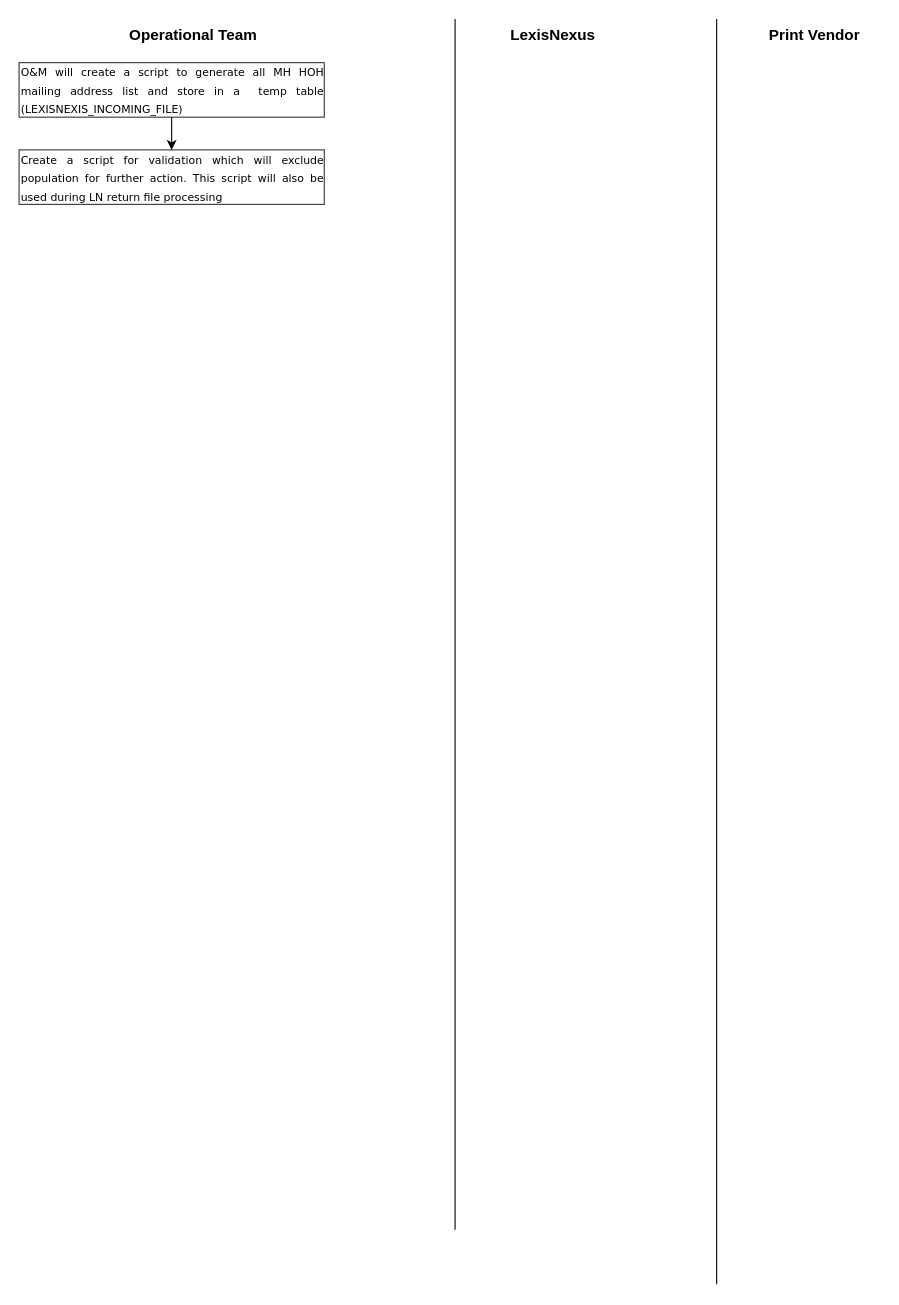
Above: Untitled Diagram.drawio in prahlad2018/microservice (draw.io), before the change. Source tidied: cells renumbered, new cells numbered last; positions are measured from the earlier drawing's top-left corner, leaving out a move shared by most shapes. Both pictures are drawn from the tidied source at 109%, with x=0, y=0 at pixel (19, 19).
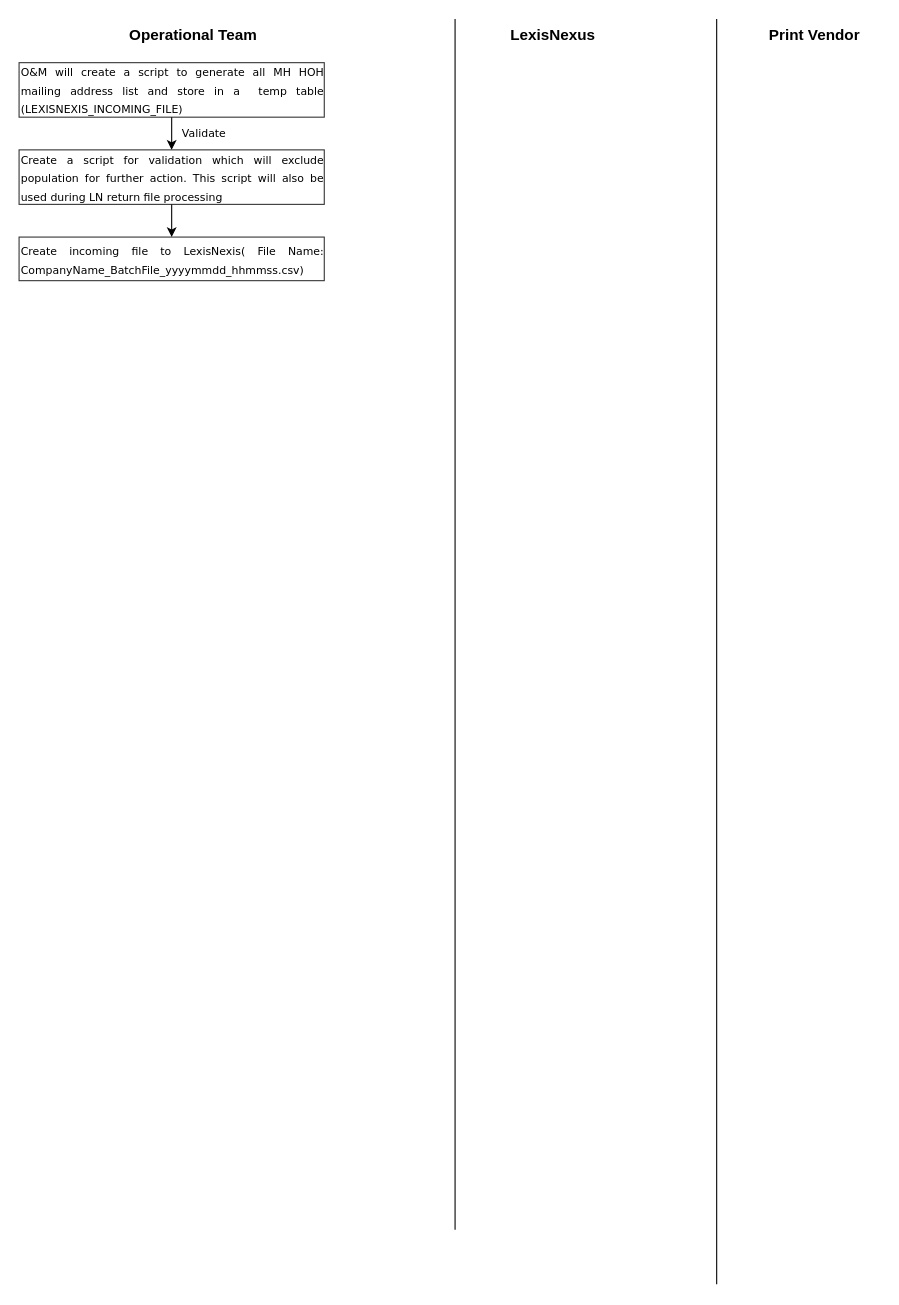
The same diagram, later.

The edit, as a diff of the source:
```diff
@@
 <mxGraphModel>
   <root>
     <mxCell id="0" />
     <mxCell id="1" parent="0" />
     <mxCell id="2" style="endArrow=none;html=1;rounded=0;" parent="1" edge="1">
       <mxGeometry relative="1" as="geometry">
         <mxPoint x="400" y="1110.8" as="sourcePoint" />
         <mxPoint x="400" as="targetPoint" />
       </mxGeometry>
     </mxCell>
     <mxCell id="3" style="endArrow=none;html=1;rounded=0;" parent="1" edge="1">
       <mxGeometry relative="1" as="geometry">
         <mxPoint x="640" y="1160.8" as="sourcePoint" />
         <mxPoint x="640" as="targetPoint" />
       </mxGeometry>
     </mxCell>
     <mxCell id="4" value="&lt;b&gt;&lt;font style=&quot;font-size: 14px;&quot;&gt;Operational Team&lt;/font&gt;&lt;/b&gt;" style="text;html=1;strokeColor=none;fillColor=none;align=center;verticalAlign=middle;whiteSpace=wrap;rounded=0;" parent="1" vertex="1">
       <mxGeometry x="100" width="120" height="30" as="geometry" />
     </mxCell>
     <mxCell id="5" value="&lt;b&gt;&lt;font style=&quot;font-size: 14px;&quot;&gt;LexisNexus&lt;/font&gt;&lt;/b&gt;" style="text;html=1;strokeColor=none;fillColor=none;align=center;verticalAlign=middle;whiteSpace=wrap;rounded=0;" parent="1" vertex="1">
       <mxGeometry x="430" width="120" height="30" as="geometry" />
     </mxCell>
     <mxCell id="6" value="&lt;b&gt;&lt;font style=&quot;font-size: 14px;&quot;&gt;Print Vendor&lt;/font&gt;&lt;/b&gt;" style="text;html=1;strokeColor=none;fillColor=none;align=center;verticalAlign=middle;whiteSpace=wrap;rounded=0;" parent="1" vertex="1">
       <mxGeometry x="670" width="120" height="30" as="geometry" />
     </mxCell>
     <mxCell id="7" value="&lt;p class=&quot;MsoNormal&quot;&gt;&lt;/p&gt;&lt;div style=&quot;text-align: justify;&quot;&gt;&lt;font face=&quot;Verdana&quot;&gt;&lt;span style=&quot;font-size: 10px; background-color: initial;&quot;&gt;O&amp;amp;M will create a script to generate all MH HOH mailing&amp;nbsp;&lt;/span&gt;&lt;span style=&quot;font-size: 10px; background-color: initial;&quot;&gt;address list and store in a&amp;nbsp; temp table (&lt;/span&gt;&lt;span style=&quot;font-size: 10px; background-color: initial;&quot;&gt;LEXISNEXIS_INCOMING_FILE&lt;/span&gt;&lt;span style=&quot;font-size: 10px; background-color: initial;&quot;&gt;)&lt;/span&gt;&lt;/font&gt;&lt;/div&gt;&lt;p&gt;&lt;/p&gt;" style="text;html=1;strokeColor=#333333;fillColor=none;align=left;verticalAlign=middle;whiteSpace=wrap;rounded=0;fontSize=14;" parent="1" vertex="1">
       <mxGeometry y="40" width="280" height="50" as="geometry" />
     </mxCell>
     <mxCell id="8" value="&lt;p class=&quot;MsoNormal&quot;&gt;&lt;/p&gt;&lt;div style=&quot;text-align: justify;&quot;&gt;&lt;p class=&quot;MsoNormal&quot;&gt;&lt;font style=&quot;font-size: 10px;&quot; face=&quot;Verdana&quot;&gt;Create a script for validation which will exclude population for further action. This script will also be used during LN return file processing&lt;/font&gt;&lt;/p&gt;&lt;/div&gt;&lt;p&gt;&lt;/p&gt;" style="text;html=1;strokeColor=#333333;fillColor=none;align=left;verticalAlign=middle;whiteSpace=wrap;rounded=0;fontSize=14;" parent="1" vertex="1">
       <mxGeometry y="120" width="280" height="50" as="geometry" />
     </mxCell>
     <mxCell id="9" style="endArrow=classic;html=1;rounded=0;fontFamily=Verdana;fontSize=10;" parent="1" edge="1" source="7" target="8">
       <mxGeometry relative="1" as="geometry">
         <Array as="points">
           <mxPoint x="140" y="100" />
         </Array>
       </mxGeometry>
     </mxCell>
+    <mxCell id="10" value="Validate" style="text;html=1;strokeColor=none;fillColor=none;align=center;verticalAlign=middle;whiteSpace=wrap;rounded=0;fontFamily=Verdana;fontSize=10;" parent="1" vertex="1">
+      <mxGeometry x="140" y="100" width="60" height="10" as="geometry" />
+    </mxCell>
+    <mxCell id="11" value="&lt;p class=&quot;MsoNormal&quot;&gt;&lt;/p&gt;&lt;div style=&quot;text-align: justify;&quot;&gt;&lt;p class=&quot;MsoNormal&quot;&gt;&lt;font style=&quot;font-size: 10px;&quot; face=&quot;Verdana&quot;&gt;Create incoming file to LexisNexis( File Name: CompanyName_BatchFile_yyyymmdd_hhmmss.csv)&lt;/font&gt;&lt;/p&gt;&lt;/div&gt;&lt;p&gt;&lt;/p&gt;" style="text;html=1;strokeColor=#333333;fillColor=none;align=left;verticalAlign=middle;whiteSpace=wrap;rounded=0;fontSize=14;" parent="1" vertex="1">
+      <mxGeometry y="200" width="280" height="40" as="geometry" />
+    </mxCell>
+    <mxCell id="12" style="endArrow=classic;html=1;rounded=0;fontFamily=Verdana;fontSize=10;" parent="1" edge="1">
+      <mxGeometry relative="1" as="geometry">
+        <mxPoint x="140" y="170" as="sourcePoint" />
+        <mxPoint x="140" y="200" as="targetPoint" />
+        <Array as="points">
+          <mxPoint x="140" y="180" />
+        </Array>
+      </mxGeometry>
+    </mxCell>
   </root>
 </mxGraphModel>
```
